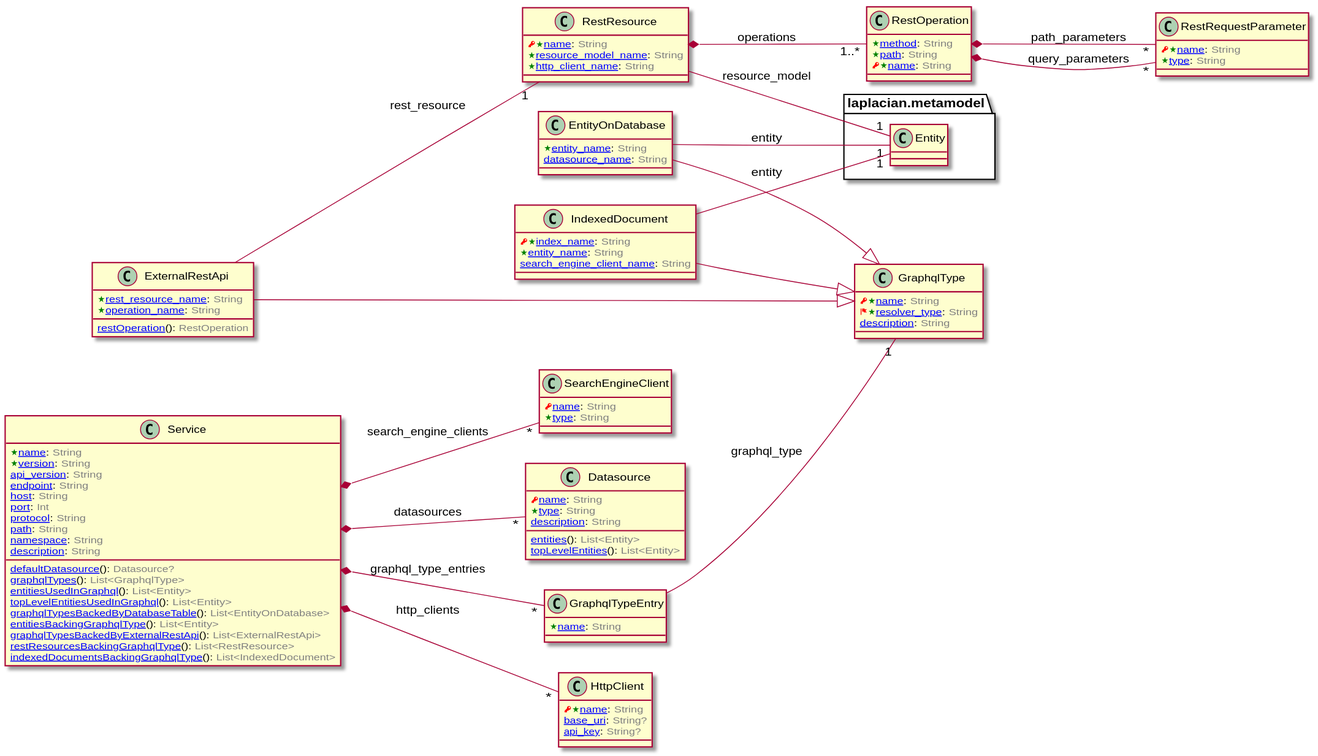
This is doc/image/model-diagram.svg from laplacian-arch/api-service.domain-model, a PlantUML export, as it was before one commit.
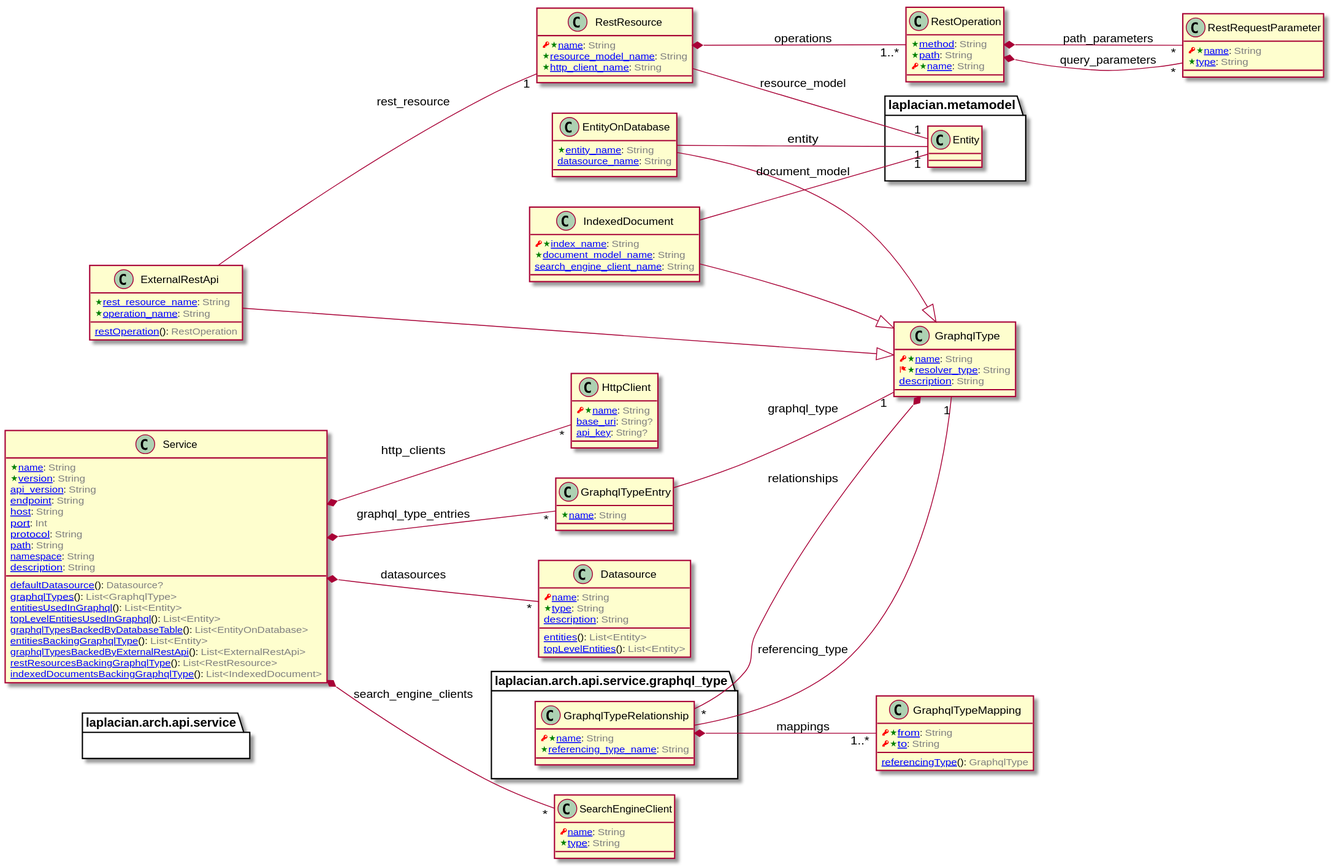
After the commit.

Commit message:
define relations between graphql types

Change to the diagram source:
```diff
@@ -6,6 +6,54 @@
   <color:RED><&key></color><color:Green><&star></color>[[/blob/master/doc/entities/GraphqlType.md#name-string name]]: <color:GRAY>String</color>
   <color:RED><&flag></color><color:Green><&star></color>[[/blob/master/doc/entities/GraphqlType.md#resolver_type-string resolver_type]]: <color:GRAY>String</color>
   [[/blob/master/doc/entities/GraphqlType.md#description-string description]]: <color:GRAY>String</color>
+}
+
+
+
+
+
+package laplacian.arch.api.service.graphql_type {
+  class GraphqlTypeRelationship {
+  }
+}
+
+
+GraphqlType *-- "*" GraphqlTypeRelationship : relationships
+
+
+
+
+class GraphqlTypeRelationship [[/blob/master/doc/entities/GraphqlTypeRelationship.md]] {
+  <color:RED><&key></color><color:Green><&star></color>[[/blob/master/doc/entities/GraphqlTypeRelationship.md#name-string name]]: <color:GRAY>String</color>
+  <color:Green><&star></color>[[/blob/master/doc/entities/GraphqlTypeRelationship.md#referencing_type_name-string referencing_type_name]]: <color:GRAY>String</color>
+}
+
+
+
+
+
+package laplacian.arch.api.service {
+  class GraphqlType {
+  }
+}
+
+
+GraphqlTypeRelationship -- "1" GraphqlType : referencing_type
+
+
+
+
+
+
+GraphqlTypeRelationship *-- "1..*" GraphqlTypeMapping : mappings
+
+
+
+
+class GraphqlTypeMapping [[/blob/master/doc/entities/GraphqlTypeMapping.md]] {
+  <color:RED><&key></color><color:Green><&star></color>[[/blob/master/doc/entities/GraphqlTypeMapping.md#from-string from]]: <color:GRAY>String</color>
+  <color:RED><&key></color><color:Green><&star></color>[[/blob/master/doc/entities/GraphqlTypeMapping.md#to-string to]]: <color:GRAY>String</color>
+  [[/blob/master/doc/entities/GraphqlTypeMapping.md#referencing_type-graphqlType referencingType]](): <color:GRAY>GraphqlType</color>
 }
 
 
@@ -55,7 +103,7 @@
 
 class IndexedDocument [[/blob/master/doc/entities/IndexedDocument.md]] {
   <color:RED><&key></color><color:Green><&star></color>[[/blob/master/doc/entities/IndexedDocument.md#index_name-string index_name]]: <color:GRAY>String</color>
-  <color:Green><&star></color>[[/blob/master/doc/entities/IndexedDocument.md#entity_name-string entity_name]]: <color:GRAY>String</color>
+  <color:Green><&star></color>[[/blob/master/doc/entities/IndexedDocument.md#document_model_name-string document_model_name]]: <color:GRAY>String</color>
   [[/blob/master/doc/entities/IndexedDocument.md#search_engine_client_name-string search_engine_client_name]]: <color:GRAY>String</color>
 }
 
@@ -72,7 +120,7 @@
 }
 
 
-IndexedDocument -- "1" Entity : entity
+IndexedDocument -- "1" Entity : document_model
 
 
 
```
